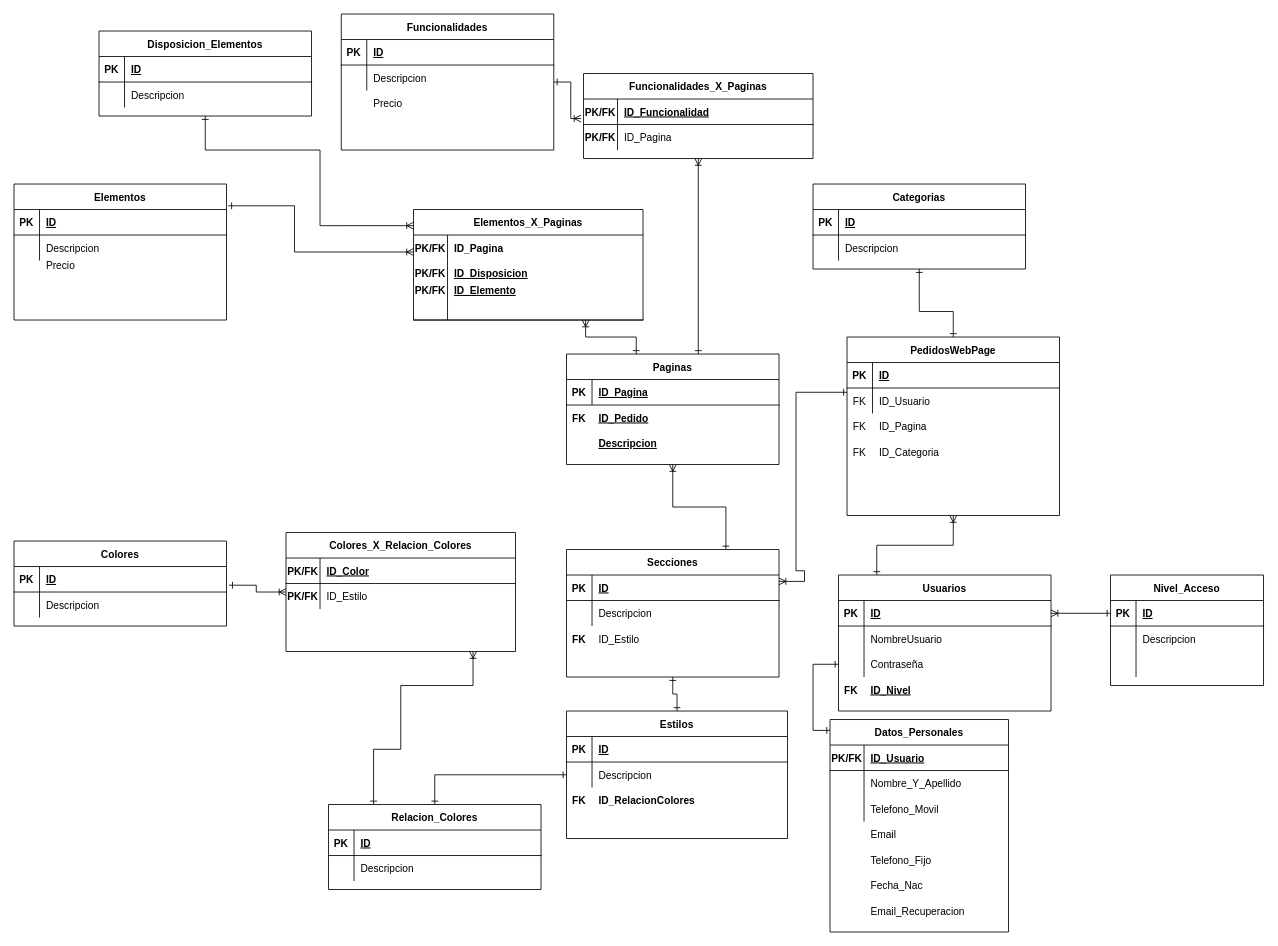
Cout-Nico-F/TPC_Ferreira_Huarcaya keeps this draw.io diagram as TPC_Ferreira_Huarcaya/Diagramas/DiagramaSQL.drawio. Above is the earlier version. Source tidied: cells renumbered, new cells numbered last; positions are measured from the earlier drawing's top-left corner, leaving out a move shared by most shapes. Both pictures are drawn from the tidied source at 85%, with x=0, y=0 at pixel (14, 14).
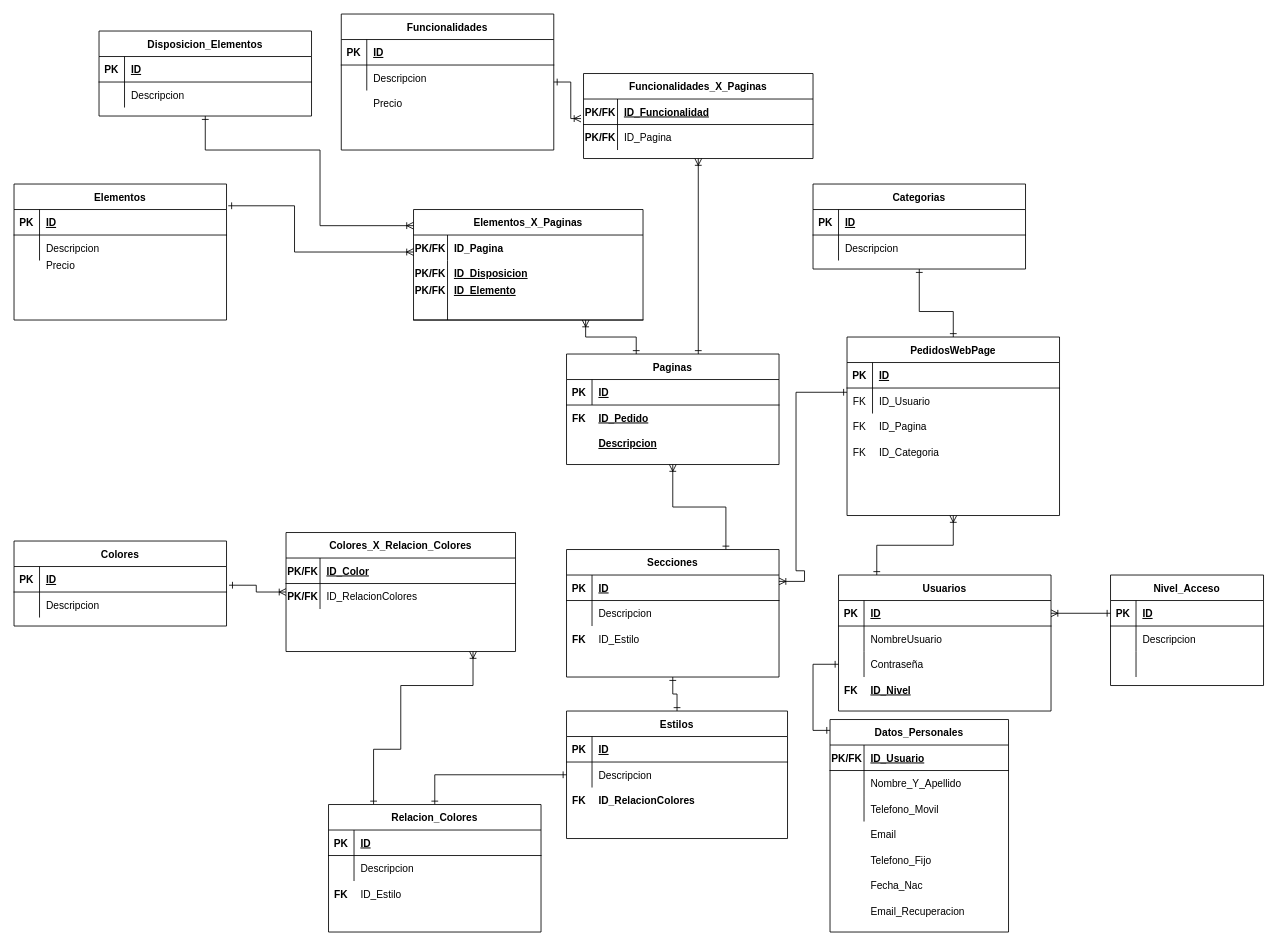
After the change.

Commit message:
Relacion-Colores necesitaba un vinculo de FK con Estilos. Cierto? ++ commentarios

Agregada FK ID_Esxtilo a Relacion_Colores Y Modificada el nombre de la FK de colores_X_relacion_colores ( decia id_estilo y estaba mal )

Unchanged cells that the change refers to:
```xml
<mxCell id="13" style="shape=partialRectangle;fillColor=none;top=0;left=0;right=0;bottom=1;" parent="12" vertex="1">
  <mxGeometry y="30" width="250" height="30" as="geometry" />
</mxCell>
<mxCell id="93" style="shape=partialRectangle;fillColor=none;top=0;left=0;right=0;bottom=0;" parent="89" vertex="1">
  <mxGeometry y="60" width="270" height="30" as="geometry" />
</mxCell>
```

What changed in the source:
```diff
@@
-    <mxCell id="15" value="ID_Pagina" style="shape=partialRectangle;overflow=hidden;fillColor=none;top=0;left=0;bottom=0;right=0;align=left;spacingLeft=6;fontStyle=5;" parent="13" vertex="1">
+    <mxCell id="15" value="ID" style="shape=partialRectangle;overflow=hidden;fillColor=none;top=0;left=0;bottom=0;right=0;align=left;spacingLeft=6;fontStyle=5;" parent="13" vertex="1">
       <mxGeometry x="30" width="220" height="30" as="geometry" />
     </mxCell>
@@
     <mxCell id="82" value="Relacion_Colores" style="shape=table;startSize=30;childLayout=tableLayout;rowLines=0;fontStyle=1;align=center;" parent="1" vertex="1">
-      <mxGeometry x="370" y="930" width="250" height="100" as="geometry" />
+      <mxGeometry x="370" y="930" width="250" height="150" as="geometry" />
     </mxCell>
@@
-    <mxCell id="95" value="ID_Estilo" style="shape=partialRectangle;overflow=hidden;fillColor=none;top=0;left=0;bottom=0;right=0;align=left;spacingLeft=6;" parent="93" vertex="1">
+    <mxCell id="95" value="ID_RelacionColores" style="shape=partialRectangle;overflow=hidden;fillColor=none;top=0;left=0;bottom=0;right=0;align=left;spacingLeft=6;" parent="93" vertex="1">
       <mxGeometry x="40" width="230" height="30" as="geometry" />
     </mxCell>
@@
+    <mxCell id="157" value="ID_Estilo" style="shape=partialRectangle;overflow=hidden;fillColor=none;top=0;left=0;bottom=0;right=0;align=left;spacingLeft=6;" parent="1" vertex="1">
+      <mxGeometry x="400" y="1020" width="220" height="30" as="geometry" />
+    </mxCell>
+    <mxCell id="158" value="FK" style="shape=partialRectangle;overflow=hidden;fillColor=none;top=0;left=0;bottom=0;right=0;fontStyle=1;" parent="1" vertex="1">
+      <mxGeometry x="370" y="1020" width="30" height="30" as="geometry" />
+    </mxCell>
```
